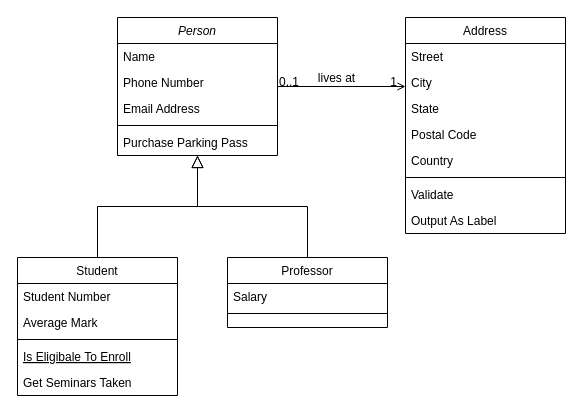
Above: Untitled Diagram.drawio in jmainhard/ezshop (draw.io), before the change. Source tidied: cells renumbered, new cells numbered last; positions are measured from the earlier drawing's top-left corner, leaving out a move shared by most shapes. Both pictures are drawn from the tidied source at 100%, with x=0, y=0 at pixel (17, 17).
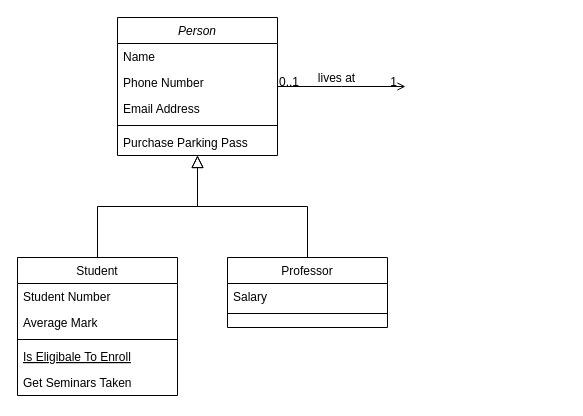
The same diagram, later.

Commit message:
Init commit UML

Unchanged cells that the change refers to:
```xml
<mxCell id="2" value="Person" style="swimlane;fontStyle=2;align=center;verticalAlign=top;horizontal=1;startSize=26;rounded=0;shadow=0;strokeWidth=1;" parent="1" vertex="1">
  <mxGeometry x="100" width="160" height="138" as="geometry" />
</mxCell>
```

Change to the diagram source:
```diff
@@
-    <mxCell id="19" value="Address" style="swimlane;fontStyle=0;align=center;verticalAlign=top;horizontal=1;startSize=26;rounded=0;shadow=0;strokeWidth=1;" parent="1" vertex="1">
-      <mxGeometry x="388" width="160" height="216" as="geometry" />
-    </mxCell>
-    <mxCell id="20" value="Street" style="text;align=left;verticalAlign=top;spacingLeft=4;spacingRight=4;overflow=hidden;" parent="19" vertex="1">
-      <mxGeometry y="26" width="160" height="26" as="geometry" />
-    </mxCell>
-    <mxCell id="21" value="City" style="text;align=left;verticalAlign=top;spacingLeft=4;spacingRight=4;overflow=hidden;rounded=0;shadow=0;html=0;" parent="19" vertex="1">
-      <mxGeometry y="52" width="160" height="26" as="geometry" />
-    </mxCell>
-    <mxCell id="22" value="State" style="text;align=left;verticalAlign=top;spacingLeft=4;spacingRight=4;overflow=hidden;rounded=0;shadow=0;html=0;" parent="19" vertex="1">
-      <mxGeometry y="78" width="160" height="26" as="geometry" />
-    </mxCell>
-    <mxCell id="23" value="Postal Code" style="text;align=left;verticalAlign=top;spacingLeft=4;spacingRight=4;overflow=hidden;rounded=0;shadow=0;html=0;" parent="19" vertex="1">
-      <mxGeometry y="104" width="160" height="26" as="geometry" />
-    </mxCell>
-    <mxCell id="24" value="Country" style="text;align=left;verticalAlign=top;spacingLeft=4;spacingRight=4;overflow=hidden;rounded=0;shadow=0;html=0;" parent="19" vertex="1">
-      <mxGeometry y="130" width="160" height="26" as="geometry" />
-    </mxCell>
-    <mxCell id="25" style="line;html=1;strokeWidth=1;align=left;verticalAlign=middle;spacingTop=-1;spacingLeft=3;spacingRight=3;labelPosition=right;" parent="19" vertex="1">
-      <mxGeometry y="156" width="160" height="8" as="geometry" />
-    </mxCell>
-    <mxCell id="26" value="Validate" style="text;align=left;verticalAlign=top;spacingLeft=4;spacingRight=4;overflow=hidden;" parent="19" vertex="1">
-      <mxGeometry y="164" width="160" height="26" as="geometry" />
-    </mxCell>
-    <mxCell id="27" value="Output As Label" style="text;align=left;verticalAlign=top;spacingLeft=4;spacingRight=4;overflow=hidden;" parent="19" vertex="1">
-      <mxGeometry y="190" width="160" height="26" as="geometry" />
-    </mxCell>
-    <mxCell id="28" style="endArrow=open;shadow=0;strokeWidth=1;rounded=0;endFill=1;edgeStyle=elbowEdgeStyle;elbow=vertical;" parent="1" edge="1" source="2" target="19">
+    <mxCell id="28" style="endArrow=open;shadow=0;strokeWidth=1;rounded=0;endFill=1;edgeStyle=elbowEdgeStyle;elbow=vertical;" parent="1" edge="1" source="2">
       <mxGeometry x="0.5" y="41" relative="1" as="geometry">
+        <mxPoint x="388" y="69" as="targetPoint" />
         <mxPoint x="-40" y="32" as="offset" />
       </mxGeometry>
     </mxCell>
```
